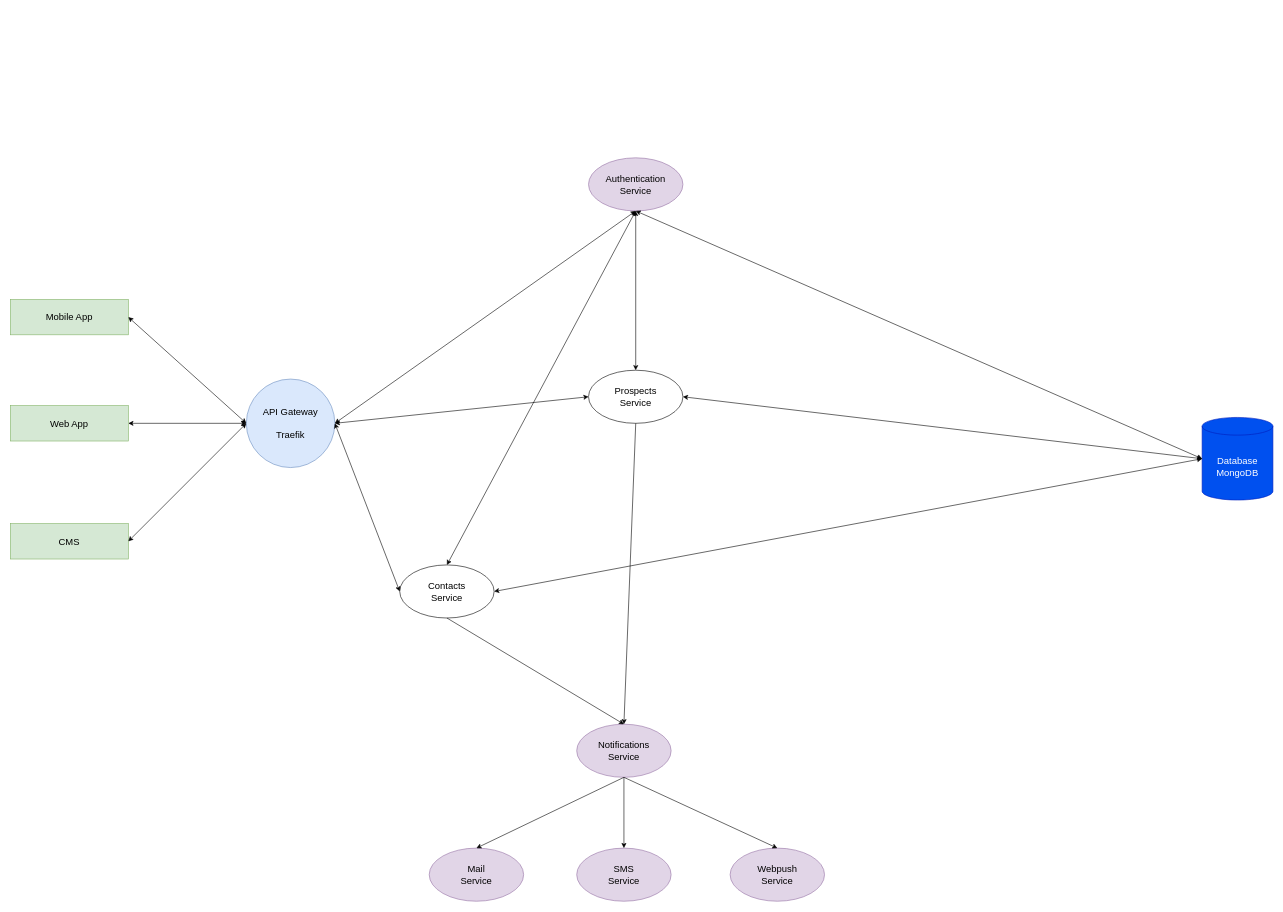
This is EastWest microservices diagram.drawio from haibuieastwest/eastwest-microservices-diagram, a draw.io file, before an edit. Source tidied: cells renumbered, new cells numbered last; positions are measured from the earlier drawing's top-left corner, leaving out a move shared by most shapes. Both pictures are drawn from the tidied source at 59%, with x=0, y=0 at pixel (10, 158).
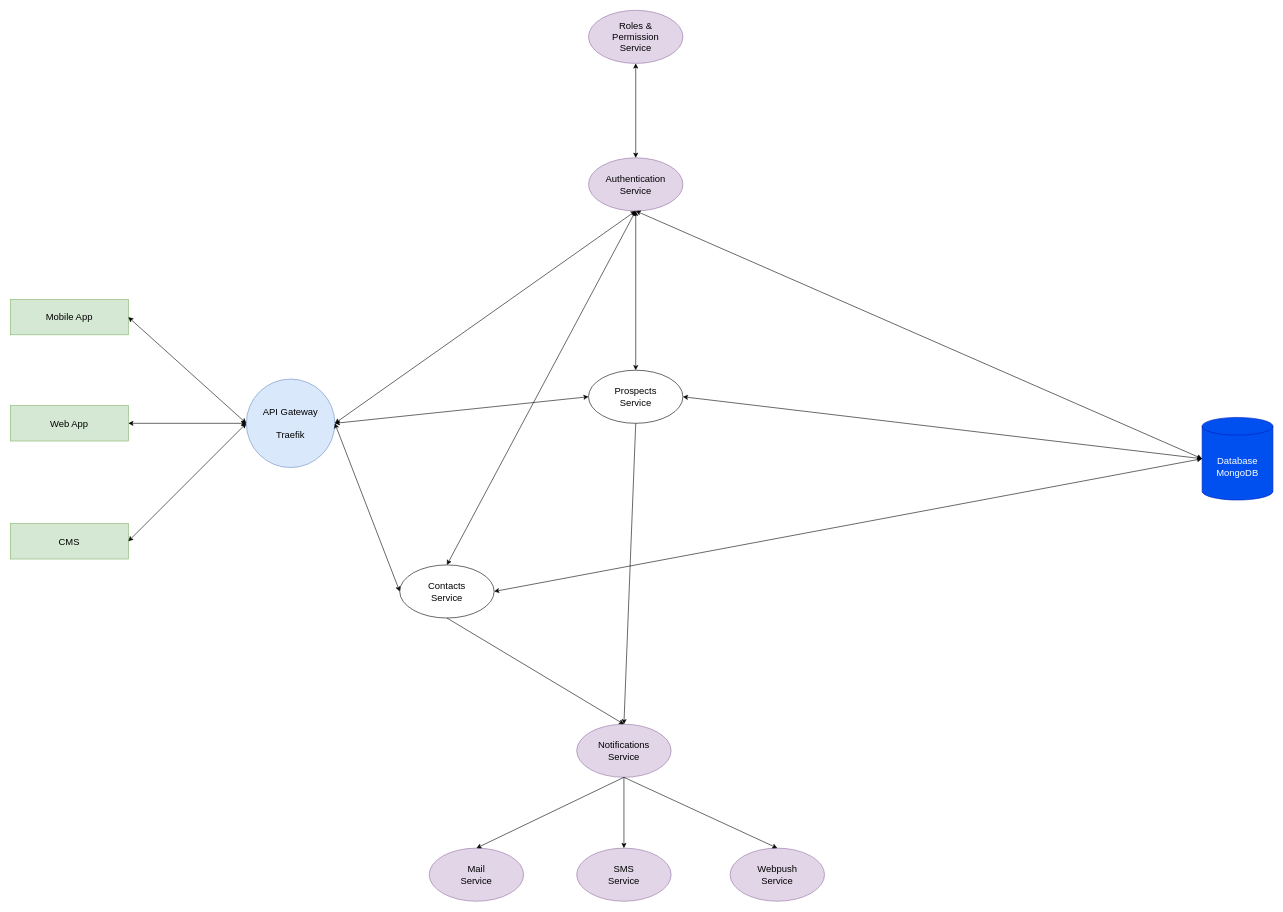
The same diagram, later.

Unchanged cells that the change refers to:
```xml
<mxCell id="8" value="&lt;font style=&quot;font-size: 16px;&quot;&gt;Authentication&lt;br style=&quot;font-size: 16px;&quot;&gt;Service&lt;/font&gt;" style="ellipse;whiteSpace=wrap;html=1;fillColor=#e1d5e7;strokeColor=#9673a6;fontSize=16;" parent="1" vertex="1">
  <mxGeometry x="980" width="160" height="90" as="geometry" />
</mxCell>
```

What changed in the source:
```diff
@@
+    <mxCell id="30" value="&lt;font style=&quot;font-size: 16px&quot;&gt;Roles &amp;amp;&lt;br&gt;Permission&lt;br style=&quot;font-size: 16px&quot;&gt;Service&lt;/font&gt;" style="ellipse;whiteSpace=wrap;html=1;fontSize=16;fillColor=#e1d5e7;strokeColor=#9673a6;" parent="1" vertex="1">
+      <mxGeometry x="980" y="-250" width="160" height="90" as="geometry" />
+    </mxCell>
+    <mxCell id="31" style="endArrow=classic;startArrow=classic;html=1;entryX=0.5;entryY=1;entryDx=0;entryDy=0;" parent="1" edge="1" source="8" target="30">
+      <mxGeometry relative="1" as="geometry" />
+    </mxCell>
```
